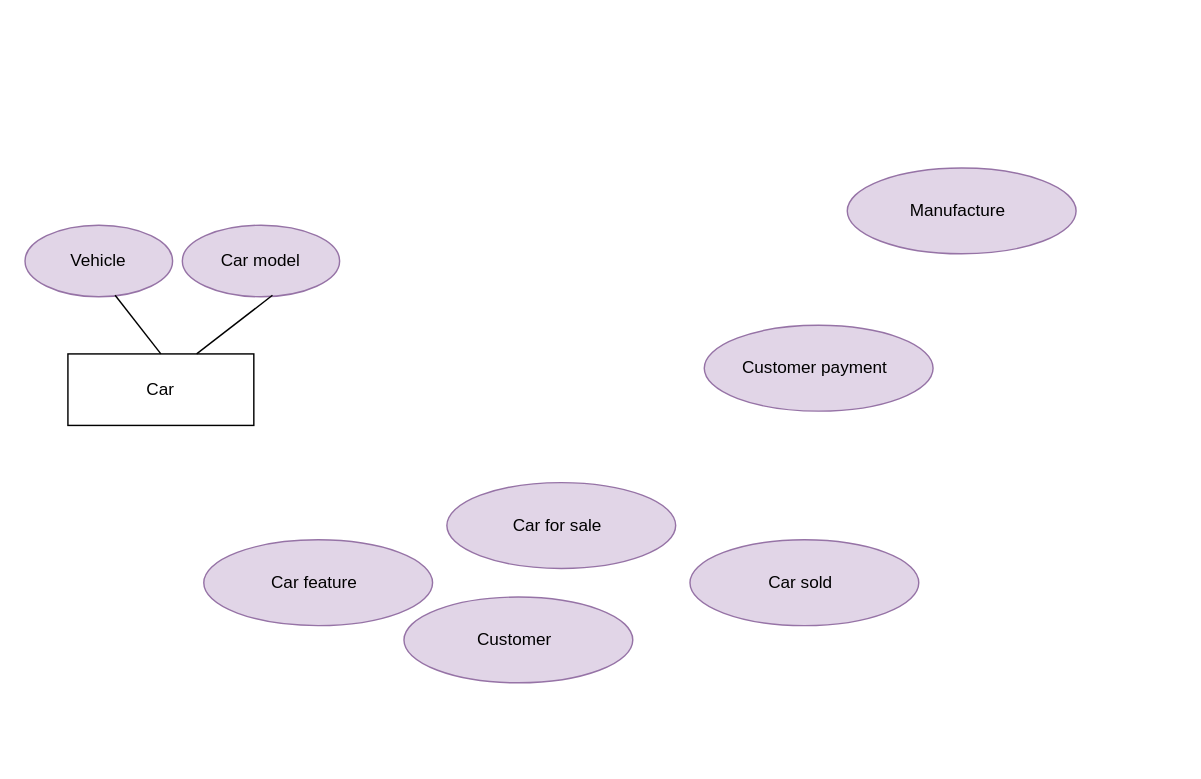
Above: ERD/Untitled Diagram.drawio in mawadaelmeshad/Car_Sales_Company (draw.io), before the change. Source tidied: cells renumbered, new cells numbered last; positions are measured from the earlier drawing's top-left corner, leaving out a move shared by most shapes. Both pictures are drawn from the tidied source at 143%, with x=0, y=0 at pixel (24, 167).
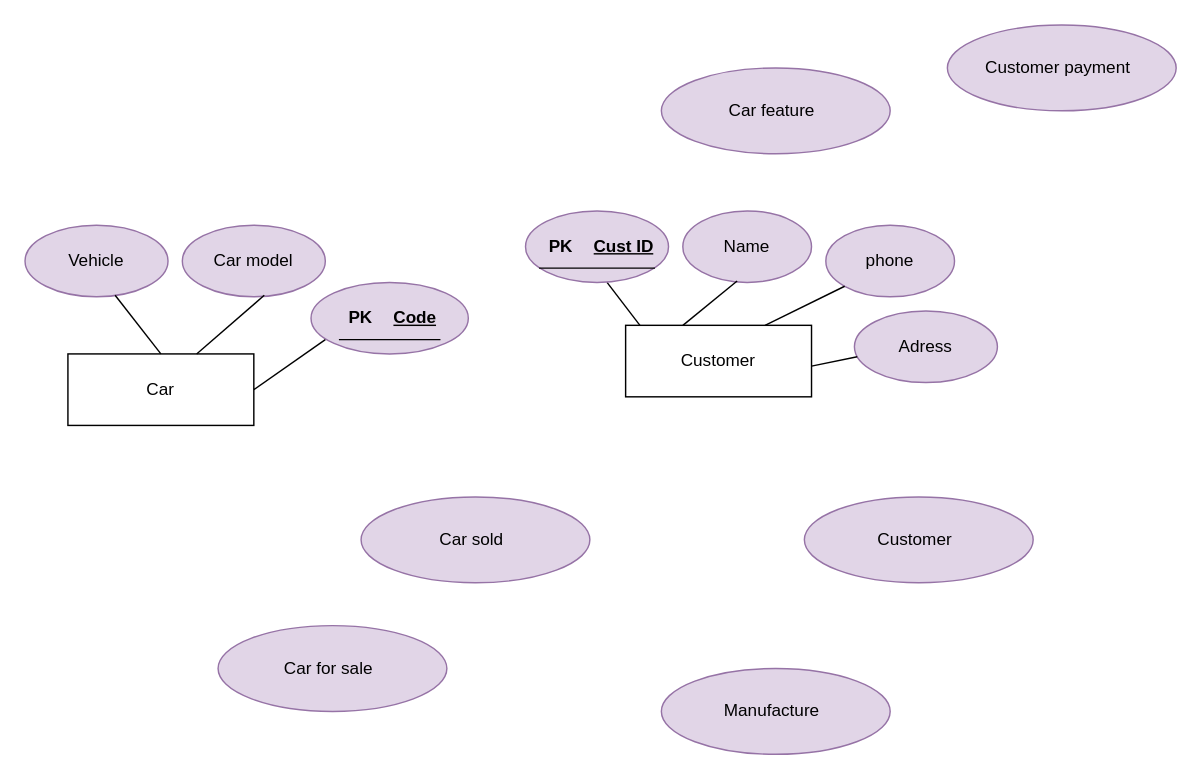
Above is the later version.

The change refers to these unchanged cells:
```xml
<mxCell id="20" value="Car" style="rounded=0;whiteSpace=wrap;html=1;" parent="1" vertex="1">
  <mxGeometry x="30" y="130" width="130" height="50" as="geometry" />
</mxCell>
```

Change to the diagram source:
```diff
@@
     <mxCell id="2" style="group;" parent="1" vertex="1">
-      <mxGeometry x="570" width="165" height="60" as="geometry" />
+      <mxGeometry x="440" y="350" width="165" height="60" as="geometry" />
     </mxCell>
@@
     <mxCell id="5" style="group;" parent="1" vertex="1">
-      <mxGeometry x="290" y="220" width="165" height="60" as="geometry" />
+      <mxGeometry x="130" y="320" width="165" height="60" as="geometry" />
     </mxCell>
@@
     <mxCell id="8" style="group;" parent="1" vertex="1">
-      <mxGeometry x="120" y="260" width="165" height="60" as="geometry" />
+      <mxGeometry x="440" y="-70" width="165" height="60" as="geometry" />
     </mxCell>
@@
     <mxCell id="11" style="group;" parent="1" vertex="1">
-      <mxGeometry x="260" y="300" width="165" height="60" as="geometry" />
+      <mxGeometry x="540" y="230" width="165" height="60" as="geometry" />
     </mxCell>
@@
     <mxCell id="14" style="group;" parent="1" vertex="1">
-      <mxGeometry x="460" y="260" width="165" height="60" as="geometry" />
+      <mxGeometry x="230" y="230" width="165" height="60" as="geometry" />
     </mxCell>
@@
     <mxCell id="17" style="group;" parent="1" vertex="1">
-      <mxGeometry x="470" y="110" width="165" height="60" as="geometry" />
+      <mxGeometry x="640" y="-100" width="165" height="60" as="geometry" />
     </mxCell>
@@
     <mxCell id="21" value="Car model" style="ellipse;whiteSpace=wrap;html=1;fillColor=#e1d5e7;strokeColor=#9673a6;" parent="1" vertex="1">
-      <mxGeometry x="110" y="40" width="110" height="50" as="geometry" />
+      <mxGeometry x="110" y="40" width="100" height="50" as="geometry" />
     </mxCell>
@@
     <mxCell id="23" value="Vehicle" style="ellipse;whiteSpace=wrap;html=1;fillColor=#e1d5e7;strokeColor=#9673a6;" parent="1" vertex="1">
-      <mxGeometry y="40" width="103.2" height="50" as="geometry" />
+      <mxGeometry y="40" width="100" height="50" as="geometry" />
     </mxCell>
@@
+    <mxCell id="25" style="ellipse;whiteSpace=wrap;html=1;fillColor=#e1d5e7;strokeColor=#9673a6;" parent="1" vertex="1">
+      <mxGeometry x="200" y="80" width="110" height="50" as="geometry" />
+    </mxCell>
+    <mxCell id="26" style="shape=table;startSize=0;childLayout=tableLayout;rowLines=0;fontStyle=0;align=center;strokeColor=none;fillColor=none;" parent="1" vertex="1">
+      <mxGeometry x="220" y="90" width="70" height="30" as="geometry" />
+    </mxCell>
+    <mxCell id="27" style="shape=tableRow;horizontal=0;startSize=0;swimlaneHead=0;swimlaneBody=0;fillColor=none;top=0;left=0;right=0;bottom=1;" parent="26" vertex="1">
+      <mxGeometry width="70" height="30" as="geometry" />
+    </mxCell>
+    <mxCell id="28" value="PK" style="shape=partialRectangle;fillColor=none;top=0;left=0;bottom=0;right=0;fontStyle=1;overflow=hidden;whiteSpace=wrap;html=1;" parent="27" vertex="1">
+      <mxGeometry width="30" height="30" as="geometry" />
+    </mxCell>
+    <mxCell id="29" value="Code" style="shape=partialRectangle;fillColor=none;top=0;left=0;bottom=0;right=0;align=left;spacingLeft=6;fontStyle=5;overflow=hidden;whiteSpace=wrap;html=1;" parent="27" vertex="1">
+      <mxGeometry x="30" width="40" height="30" as="geometry" />
+    </mxCell>
+    <mxCell id="30" style="endArrow=none;html=1;rounded=0;exitX=1;exitY=0.5;exitDx=0;exitDy=0;" parent="1" edge="1" source="20">
+      <mxGeometry relative="1" as="geometry">
+        <mxPoint x="210" y="120" as="targetPoint" />
+      </mxGeometry>
+    </mxCell>
+    <mxCell id="31" value="Customer" style="rounded=0;whiteSpace=wrap;html=1;" parent="1" vertex="1">
+      <mxGeometry x="420" y="110" width="130" height="50" as="geometry" />
+    </mxCell>
+    <mxCell id="32" style="endArrow=none;html=1;rounded=0;entryX=0.57;entryY=1;entryDx=0;entryDy=0;entryPerimeter=0;exitX=0.077;exitY=0;exitDx=0;exitDy=0;exitPerimeter=0;" parent="1" edge="1" source="31" target="33">
+      <mxGeometry relative="1" as="geometry" />
+    </mxCell>
+    <mxCell id="33" style="ellipse;whiteSpace=wrap;html=1;fillColor=#e1d5e7;strokeColor=#9673a6;" parent="1" vertex="1">
+      <mxGeometry x="350" y="30" width="100" height="50" as="geometry" />
+    </mxCell>
+    <mxCell id="34" style="shape=table;startSize=0;childLayout=tableLayout;rowLines=0;fontStyle=0;align=center;strokeColor=none;fillColor=none;" parent="1" vertex="1">
+      <mxGeometry x="360" y="40" width="80" height="30" as="geometry" />
+    </mxCell>
+    <mxCell id="35" style="shape=tableRow;horizontal=0;startSize=0;swimlaneHead=0;swimlaneBody=0;fillColor=none;top=0;left=0;right=0;bottom=1;" parent="34" vertex="1">
+      <mxGeometry width="80" height="30" as="geometry" />
+    </mxCell>
+    <mxCell id="36" value="PK" style="shape=partialRectangle;fillColor=none;top=0;left=0;bottom=0;right=0;fontStyle=1;overflow=hidden;whiteSpace=wrap;html=1;" parent="35" vertex="1">
+      <mxGeometry width="30" height="30" as="geometry" />
+    </mxCell>
+    <mxCell id="37" value="Cust ID" style="shape=partialRectangle;fillColor=none;top=0;left=0;bottom=0;right=0;align=left;spacingLeft=6;fontStyle=5;overflow=hidden;whiteSpace=wrap;html=1;" parent="35" vertex="1">
+      <mxGeometry x="30" width="50" height="30" as="geometry" />
+    </mxCell>
+    <mxCell id="38" value="Name" style="ellipse;whiteSpace=wrap;html=1;fillColor=#e1d5e7;strokeColor=#9673a6;" parent="1" vertex="1">
+      <mxGeometry x="460" y="30" width="90" height="50" as="geometry" />
+    </mxCell>
+    <mxCell id="39" value="phone" style="ellipse;whiteSpace=wrap;html=1;fillColor=#e1d5e7;strokeColor=#9673a6;" parent="1" vertex="1">
+      <mxGeometry x="560" y="40" width="90" height="50" as="geometry" />
+    </mxCell>
+    <mxCell id="40" value="Adress" style="ellipse;whiteSpace=wrap;html=1;fillColor=#e1d5e7;strokeColor=#9673a6;" parent="1" vertex="1">
+      <mxGeometry x="580" y="100" width="100" height="50" as="geometry" />
+    </mxCell>
+    <mxCell id="41" style="endArrow=none;html=1;rounded=0;exitX=0.308;exitY=0;exitDx=0;exitDy=0;exitPerimeter=0;entryX=0.422;entryY=0.98;entryDx=0;entryDy=0;entryPerimeter=0;" parent="1" edge="1" source="31" target="38">
+      <mxGeometry relative="1" as="geometry" />
+    </mxCell>
+    <mxCell id="42" style="endArrow=none;html=1;rounded=0;exitX=0.75;exitY=0;exitDx=0;exitDy=0;entryX=0;entryY=1;entryDx=0;entryDy=0;" parent="1" edge="1" source="31" target="39">
+      <mxGeometry relative="1" as="geometry" />
+    </mxCell>
+    <mxCell id="43" style="endArrow=none;html=1;rounded=0;exitX=0.75;exitY=0;exitDx=0;exitDy=0;entryX=0.02;entryY=0.64;entryDx=0;entryDy=0;entryPerimeter=0;" parent="1" edge="1" target="40">
+      <mxGeometry relative="1" as="geometry">
+        <mxPoint x="550" y="138.5" as="sourcePoint" />
+      </mxGeometry>
+    </mxCell>
```
